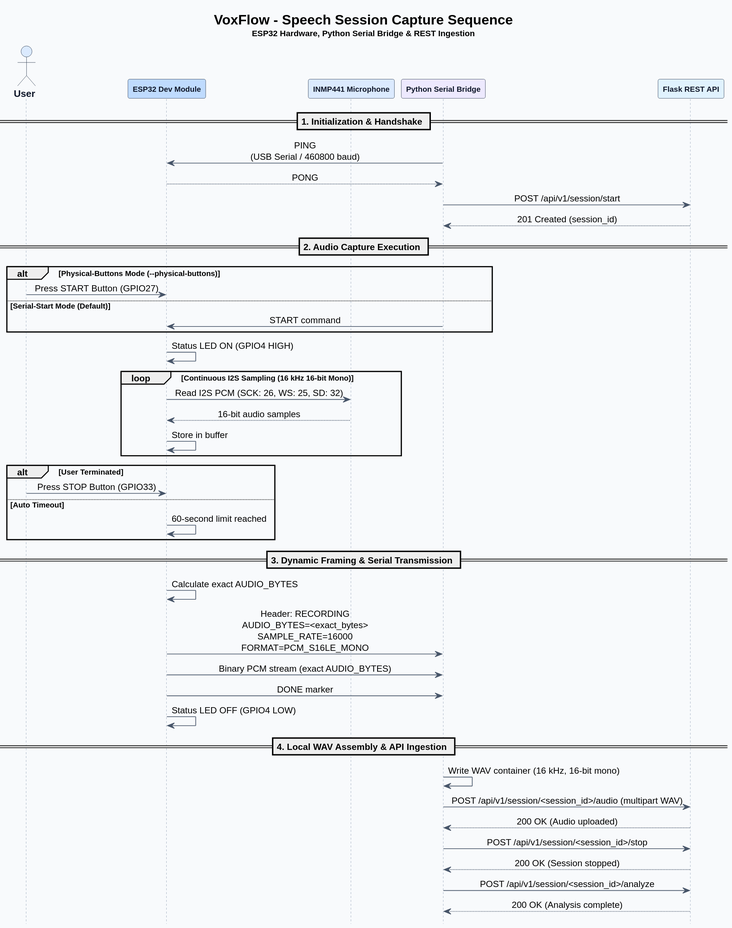
Earlier version of the PlantUML export VoxFlow_uml/VoxFlow_uml/png/uml/03_audio_sequence.svg (PetaSivaNandhanReddy/voxflow).
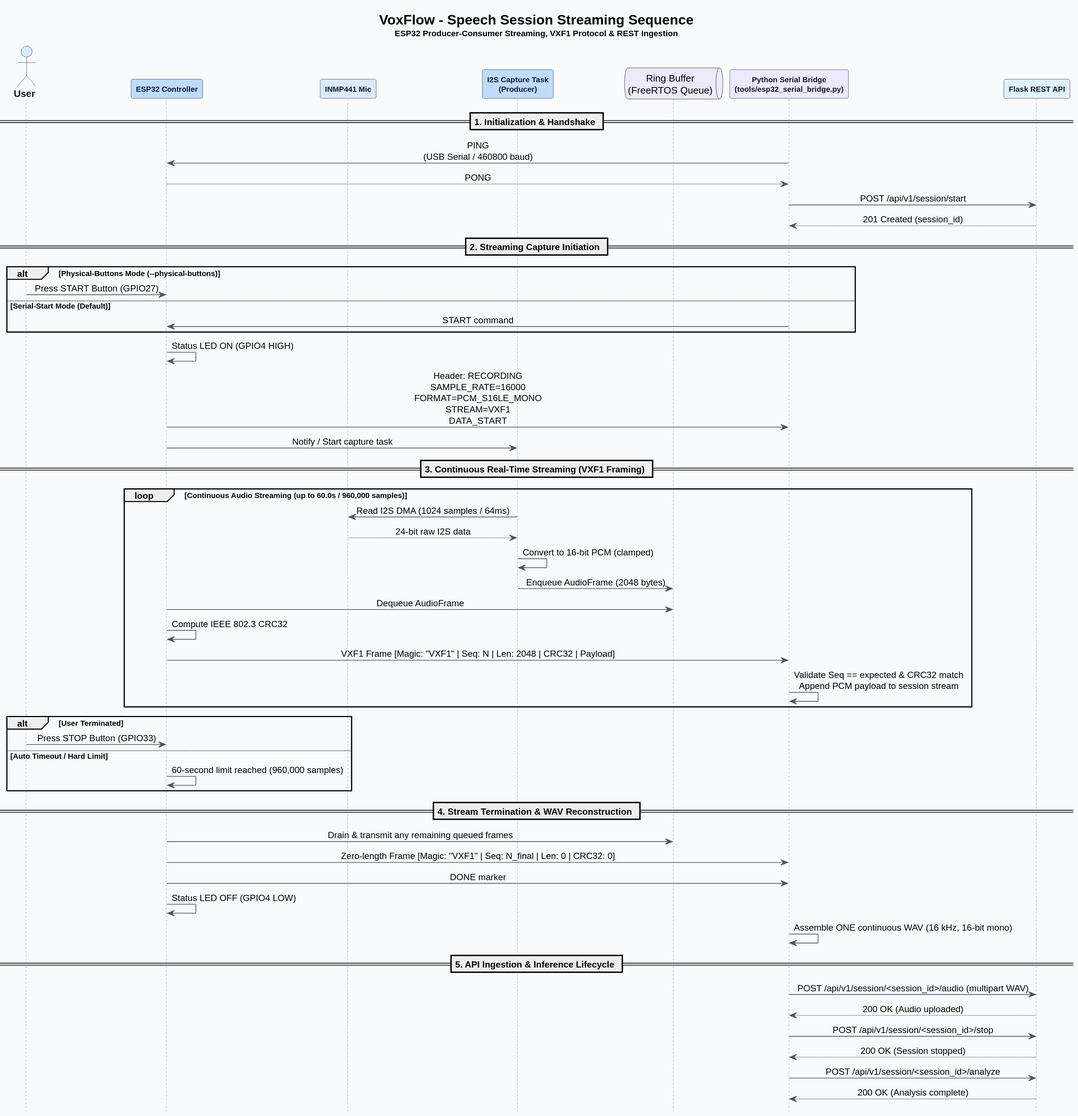
After the change.

Change to the diagram source:
```diff
@@ -1,5 +1,5 @@
 @startuml
-title <size:20><b>VoxFlow - Speech Session Capture Sequence</b></size>\n<size:12>ESP32 Hardware, Python Serial Bridge & REST Ingestion</size>
+title <size:20><b>VoxFlow - Speech Session Streaming Sequence</b></size>\n<size:12>ESP32 Producer-Consumer Streaming, VXF1 Protocol & REST Ingestion</size>
 
 hide footbox
 
@@ -30,9 +30,11 @@
 skinparam sequenceMessageAlign center
 
 actor "User" as User #DBEAFE
-participant "ESP32 Dev Module" as ESP #BFDBFE
-participant "INMP441 Microphone" as Mic #DBEAFE
-participant "Python Serial Bridge" as Bridge #EDE9FE
+participant "ESP32 Controller" as ESP #BFDBFE
+participant "INMP441 Mic" as Mic #DBEAFE
+participant "I2S Capture Task\n(Producer)" as Producer #BFDBFE
+queue "Ring Buffer\n(FreeRTOS Queue)" as Queue #EDE9FE
+participant "Python Serial Bridge\n(tools/esp32_serial_bridge.py)" as Bridge #EDE9FE
 participant "Flask REST API" as API #E0F2FE
 
 == 1. Initialization & Handshake ==
@@ -43,7 +45,7 @@
 Bridge -> API : POST /api/v1/session/start
 API --> Bridge : 201 Created (session_id)
 
-== 2. Audio Capture Execution ==
+== 2. Streaming Capture Initiation ==
 
 alt Physical-Buttons Mode (--physical-buttons)
     User -> ESP : Press START Button (GPIO27)
@@ -52,31 +54,40 @@
 end
 
 ESP -> ESP : Status LED ON (GPIO4 HIGH)
+ESP -> Bridge : Header: RECORDING\nSAMPLE_RATE=16000\nFORMAT=PCM_S16LE_MONO\nSTREAM=VXF1\nDATA_START
+ESP -> Producer : Notify / Start capture task
 
-loop Continuous I2S Sampling (16 kHz 16-bit Mono)
-    ESP -> Mic : Read I2S PCM (SCK: 26, WS: 25, SD: 32)
-    Mic --> ESP : 16-bit audio samples
-    ESP -> ESP : Store in buffer
+== 3. Continuous Real-Time Streaming (VXF1 Framing) ==
+
+loop Continuous Audio Streaming (up to 60.0s / 960,000 samples)
+    Producer -> Mic : Read I2S DMA (1024 samples / 64ms)
+    Mic --> Producer : 24-bit raw I2S data
+    Producer -> Producer : Convert to 16-bit PCM (clamped)
+    Producer -> Queue : Enqueue AudioFrame (2048 bytes)
+
+    ESP -> Queue : Dequeue AudioFrame
+    ESP -> ESP : Compute IEEE 802.3 CRC32
+    ESP -> Bridge : VXF1 Frame [Magic: "VXF1" | Seq: N | Len: 2048 | CRC32 | Payload]
+    Bridge -> Bridge : Validate Seq == expected & CRC32 match\nAppend PCM payload to session stream
 end
 
 alt User Terminated
     User -> ESP : Press STOP Button (GPIO33)
-else Auto Timeout
-    ESP -> ESP : 60-second limit reached
+else Auto Timeout / Hard Limit
+    ESP -> ESP : 60-second limit reached (960,000 samples)
 end
 
-== 3. Dynamic Framing & Serial Transmission ==
+== 4. Stream Termination & WAV Reconstruction ==
 
-ESP -> ESP : Calculate exact AUDIO_BYTES
-ESP -> Bridge : Header: RECORDING\nAUDIO_BYTES=<exact_bytes>\nSAMPLE_RATE=16000\nFORMAT=PCM_S16LE_MONO
-
-ESP -> Bridge : Binary PCM stream (exact AUDIO_BYTES)
+ESP -> Queue : Drain & transmit any remaining queued frames
+ESP -> Bridge : Zero-length Frame [Magic: "VXF1" | Seq: N_final | Len: 0 | CRC32: 0]
 ESP -> Bridge : DONE marker
 ESP -> ESP : Status LED OFF (GPIO4 LOW)
 
-== 4. Local WAV Assembly & API Ingestion ==
+Bridge -> Bridge : Assemble ONE continuous WAV (16 kHz, 16-bit mono)
 
-Bridge -> Bridge : Write WAV container (16 kHz, 16-bit mono)
+== 5. API Ingestion & Inference Lifecycle ==
+
 Bridge -> API : POST /api/v1/session/<session_id>/audio (multipart WAV)
 API --> Bridge : 200 OK (Audio uploaded)
 
```
